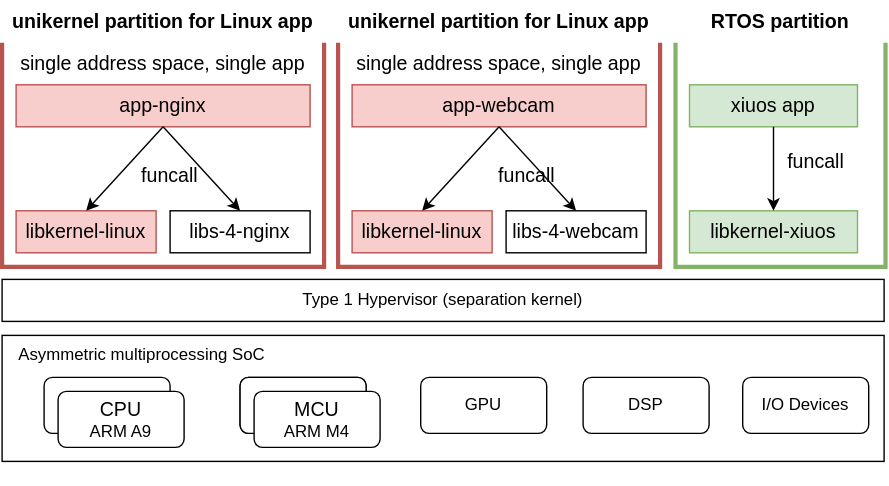
This is docs/_media/overview.svg from syswonder/syswonder-web, a draw.io export, as it was before one commit. Source tidied: cells renumbered, new cells last; positions are measured from the earlier drawing's top-left corner, leaving out a move shared by most shapes.
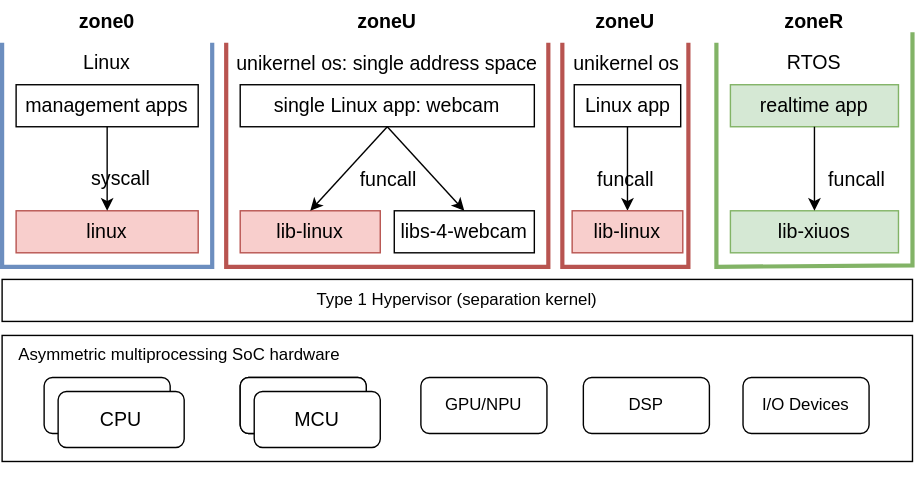
Later version of the same file.

Commit message:
update overview diagram, use zone instead of partition

The edit, as a diff of the source:
```diff
@@ -3,10 +3,10 @@
     <mxCell id="0" />
     <mxCell id="1" parent="0" />
     <mxCell id="2" value="&lt;br&gt;&lt;br&gt;&lt;br&gt;&lt;p style=&quot;text-align: left;&quot;&gt;&lt;br&gt;&lt;/p&gt;&lt;br&gt;&lt;br&gt;&lt;br&gt;" style="rounded=0;whiteSpace=wrap;html=1;" parent="1" vertex="1">
-      <mxGeometry y="239" width="630" height="90" as="geometry" />
+      <mxGeometry y="239" width="650" height="90" as="geometry" />
     </mxCell>
-    <mxCell id="3" value="Asymmetric multiprocessing SoC" style="text;whiteSpace=wrap;html=1;" parent="1" vertex="1">
-      <mxGeometry x="10" y="239" width="210" height="30" as="geometry" />
+    <mxCell id="3" value="Asymmetric multiprocessing SoC hardware" style="text;whiteSpace=wrap;html=1;" parent="1" vertex="1">
+      <mxGeometry x="10" y="239" width="260" height="30" as="geometry" />
     </mxCell>
     <mxCell id="4" style="rounded=1;whiteSpace=wrap;html=1;" parent="1" vertex="1">
       <mxGeometry x="30" y="269" width="90" height="40" as="geometry" />
@@ -17,13 +17,13 @@
     <mxCell id="6" style="rounded=1;whiteSpace=wrap;html=1;" parent="1" vertex="1">
       <mxGeometry x="170" y="269" width="90" height="40" as="geometry" />
     </mxCell>
-    <mxCell id="7" value="&lt;font style=&quot;font-size: 14px;&quot;&gt;MCU&lt;br&gt;&lt;/font&gt;ARM M4" style="rounded=1;whiteSpace=wrap;html=1;" parent="1" vertex="1">
+    <mxCell id="7" value="&lt;font style=&quot;font-size: 14px;&quot;&gt;MCU&lt;/font&gt;" style="rounded=1;whiteSpace=wrap;html=1;" parent="1" vertex="1">
       <mxGeometry x="180" y="279" width="90" height="40" as="geometry" />
     </mxCell>
-    <mxCell id="8" value="&lt;font style=&quot;font-size: 14px;&quot;&gt;CPU&lt;br&gt;&lt;/font&gt;ARM A9" style="rounded=1;whiteSpace=wrap;html=1;" parent="1" vertex="1">
+    <mxCell id="8" value="&lt;font style=&quot;font-size: 14px;&quot;&gt;CPU&lt;/font&gt;" style="rounded=1;whiteSpace=wrap;html=1;" parent="1" vertex="1">
       <mxGeometry x="40" y="279" width="90" height="40" as="geometry" />
     </mxCell>
-    <mxCell id="9" value="GPU" style="rounded=1;whiteSpace=wrap;html=1;" parent="1" vertex="1">
+    <mxCell id="9" value="GPU/NPU" style="rounded=1;whiteSpace=wrap;html=1;" parent="1" vertex="1">
       <mxGeometry x="299" y="269" width="90" height="40" as="geometry" />
     </mxCell>
     <mxCell id="10" value="DSP" style="rounded=1;whiteSpace=wrap;html=1;" parent="1" vertex="1">
@@ -33,59 +33,50 @@
       <mxGeometry x="529" y="269" width="90" height="40" as="geometry" />
     </mxCell>
     <mxCell id="12" value="Type 1 Hypervisor (separation kernel)" style="rounded=0;whiteSpace=wrap;html=1;" parent="1" vertex="1">
-      <mxGeometry y="199" width="630" height="30" as="geometry" />
+      <mxGeometry y="199" width="650" height="30" as="geometry" />
     </mxCell>
-    <mxCell id="13" style="endArrow=none;html=1;rounded=0;fontSize=14;strokeWidth=3;fillColor=#f8cecc;strokeColor=#b85450;" parent="1" edge="1">
+    <mxCell id="13" style="endArrow=none;html=1;rounded=0;fontSize=14;strokeWidth=3;fillColor=#dae8fc;strokeColor=#6c8ebf;entryX=1;entryY=1;entryDx=0;entryDy=0;" parent="1" edge="1" target="21">
       <mxGeometry relative="1" as="geometry">
         <mxPoint y="30" as="sourcePoint" />
-        <mxPoint x="230" y="30" as="targetPoint" />
         <Array as="points">
           <mxPoint y="190" />
-          <mxPoint x="230" y="190" />
+          <mxPoint x="150" y="190" />
+          <mxPoint x="150" y="109" />
         </Array>
       </mxGeometry>
     </mxCell>
-    <mxCell id="14" value="libkernel-linux" style="rounded=0;whiteSpace=wrap;html=1;fontSize=14;fillColor=#f8cecc;strokeColor=#b85450;" parent="1" vertex="1">
-      <mxGeometry x="10" y="150" width="100" height="30" as="geometry" />
+    <mxCell id="14" value="linux" style="rounded=0;whiteSpace=wrap;html=1;fontSize=14;fillColor=#f8cecc;strokeColor=#b85450;" parent="1" vertex="1">
+      <mxGeometry x="10" y="150" width="130" height="30" as="geometry" />
     </mxCell>
-    <mxCell id="15" value="libs-4-nginx" style="rounded=0;whiteSpace=wrap;html=1;fontSize=14;" parent="1" vertex="1">
-      <mxGeometry x="120" y="150" width="100" height="30" as="geometry" />
-    </mxCell>
-    <mxCell id="16" value="app-nginx" style="rounded=0;whiteSpace=wrap;html=1;fontSize=14;fillColor=#f8cecc;strokeColor=#b85450;" parent="1" vertex="1">
-      <mxGeometry x="10" y="60" width="210" height="30" as="geometry" />
+    <mxCell id="16" value="management apps" style="rounded=0;whiteSpace=wrap;html=1;fontSize=14;" parent="1" vertex="1">
+      <mxGeometry x="10" y="60" width="130" height="30" as="geometry" />
     </mxCell>
     <mxCell id="17" style="endArrow=classic;html=1;rounded=0;strokeWidth=1;fontSize=14;exitX=0.5;exitY=1;exitDx=0;exitDy=0;entryX=0.5;entryY=0;entryDx=0;entryDy=0;" parent="1" edge="1" source="16" target="14">
       <mxGeometry relative="1" as="geometry" />
     </mxCell>
-    <mxCell id="18" style="endArrow=classic;html=1;rounded=0;strokeWidth=1;fontSize=14;exitX=0.5;exitY=1;exitDx=0;exitDy=0;entryX=0.5;entryY=0;entryDx=0;entryDy=0;" parent="1" edge="1" source="16" target="15">
-      <mxGeometry relative="1" as="geometry" />
-    </mxCell>
-    <mxCell id="19" value="funcall" style="text;html=1;strokeColor=none;fillColor=none;align=center;verticalAlign=middle;whiteSpace=wrap;rounded=0;fontSize=14;" parent="1" vertex="1">
-      <mxGeometry x="90" y="110" width="60" height="30" as="geometry" />
+    <mxCell id="19" value="syscall" style="text;html=1;strokeColor=none;fillColor=none;align=center;verticalAlign=middle;whiteSpace=wrap;rounded=0;fontSize=14;" parent="1" vertex="1">
+      <mxGeometry x="55" y="112" width="60" height="30" as="geometry" />
     </mxCell>
-    <mxCell id="20" value="single address space, single app" style="text;html=1;strokeColor=none;fillColor=none;align=center;verticalAlign=middle;whiteSpace=wrap;rounded=0;fontSize=14;" parent="1" vertex="1">
-      <mxGeometry x="10" y="30" width="210" height="30" as="geometry" />
-    </mxCell>
-    <mxCell id="21" value="&lt;b&gt;unikernel partition for Linux app&lt;/b&gt;" style="text;html=1;strokeColor=none;fillColor=none;align=center;verticalAlign=middle;whiteSpace=wrap;rounded=0;fontSize=14;" parent="1" vertex="1">
-      <mxGeometry width="230" height="30" as="geometry" />
+    <mxCell id="21" value="&lt;b&gt;zone0&lt;/b&gt;" style="text;html=1;strokeColor=none;fillColor=none;align=center;verticalAlign=middle;whiteSpace=wrap;rounded=0;fontSize=14;" parent="1" vertex="1">
+      <mxGeometry width="150" height="30" as="geometry" />
     </mxCell>
     <mxCell id="22" style="endArrow=none;html=1;rounded=0;fontSize=14;strokeWidth=3;entryX=1;entryY=1;entryDx=0;entryDy=0;fillColor=#f8cecc;strokeColor=#b85450;" parent="1" edge="1" target="30">
       <mxGeometry relative="1" as="geometry">
-        <mxPoint x="240" y="30" as="sourcePoint" />
+        <mxPoint x="160" y="30" as="sourcePoint" />
         <Array as="points">
-          <mxPoint x="240" y="190" />
-          <mxPoint x="470" y="190" />
+          <mxPoint x="160" y="190" />
+          <mxPoint x="390" y="190" />
         </Array>
       </mxGeometry>
     </mxCell>
-    <mxCell id="23" value="libkernel-linux" style="rounded=0;whiteSpace=wrap;html=1;fontSize=14;fillColor=#f8cecc;strokeColor=#b85450;" parent="1" vertex="1">
-      <mxGeometry x="250" y="150" width="100" height="30" as="geometry" />
+    <mxCell id="23" value="lib-linux" style="rounded=0;whiteSpace=wrap;html=1;fontSize=14;fillColor=#f8cecc;strokeColor=#b85450;" parent="1" vertex="1">
+      <mxGeometry x="170" y="150" width="100" height="30" as="geometry" />
     </mxCell>
     <mxCell id="24" value="libs-4-webcam" style="rounded=0;whiteSpace=wrap;html=1;fontSize=14;" parent="1" vertex="1">
-      <mxGeometry x="360" y="150" width="100" height="30" as="geometry" />
+      <mxGeometry x="280" y="150" width="100" height="30" as="geometry" />
     </mxCell>
-    <mxCell id="25" value="app-webcam" style="rounded=0;whiteSpace=wrap;html=1;fontSize=14;fillColor=#f8cecc;strokeColor=#b85450;" parent="1" vertex="1">
-      <mxGeometry x="250" y="60" width="210" height="30" as="geometry" />
+    <mxCell id="25" value="single Linux app: webcam" style="rounded=0;whiteSpace=wrap;html=1;fontSize=14;" parent="1" vertex="1">
+      <mxGeometry x="170" y="60" width="210" height="30" as="geometry" />
     </mxCell>
     <mxCell id="26" style="endArrow=classic;html=1;rounded=0;strokeWidth=1;fontSize=14;exitX=0.5;exitY=1;exitDx=0;exitDy=0;entryX=0.5;entryY=0;entryDx=0;entryDy=0;" parent="1" edge="1" source="25" target="23">
       <mxGeometry relative="1" as="geometry" />
@@ -94,38 +85,70 @@
       <mxGeometry relative="1" as="geometry" />
     </mxCell>
     <mxCell id="28" value="funcall" style="text;html=1;strokeColor=none;fillColor=none;align=center;verticalAlign=middle;whiteSpace=wrap;rounded=0;fontSize=14;" parent="1" vertex="1">
-      <mxGeometry x="345" y="110" width="60" height="30" as="geometry" />
+      <mxGeometry x="246" y="113" width="60" height="30" as="geometry" />
     </mxCell>
-    <mxCell id="29" value="single address space, single app" style="text;html=1;strokeColor=none;fillColor=none;align=center;verticalAlign=middle;whiteSpace=wrap;rounded=0;fontSize=14;" parent="1" vertex="1">
-      <mxGeometry x="250" y="30" width="210" height="30" as="geometry" />
+    <mxCell id="29" value="unikernel os: single address space" style="text;html=1;strokeColor=none;fillColor=none;align=center;verticalAlign=middle;whiteSpace=wrap;rounded=0;fontSize=14;" parent="1" vertex="1">
+      <mxGeometry x="160" y="30" width="230" height="30" as="geometry" />
     </mxCell>
-    <mxCell id="30" value="&lt;b&gt;unikernel partition for Linux app&lt;/b&gt;" style="text;html=1;strokeColor=none;fillColor=none;align=center;verticalAlign=middle;whiteSpace=wrap;rounded=0;fontSize=14;" parent="1" vertex="1">
-      <mxGeometry x="240" width="230" height="30" as="geometry" />
+    <mxCell id="30" value="&lt;b&gt;zoneU&lt;/b&gt;" style="text;html=1;strokeColor=none;fillColor=none;align=center;verticalAlign=middle;whiteSpace=wrap;rounded=0;fontSize=14;" parent="1" vertex="1">
+      <mxGeometry x="160" width="230" height="30" as="geometry" />
     </mxCell>
-    <mxCell id="31" style="endArrow=none;html=1;rounded=0;fontSize=14;strokeWidth=3;fillColor=#d5e8d4;strokeColor=#82b366;" parent="1" edge="1">
+    <mxCell id="31" style="endArrow=none;html=1;rounded=0;fontSize=14;strokeWidth=3;fillColor=#d5e8d4;strokeColor=#82b366;entryX=1;entryY=0.75;entryDx=0;entryDy=0;" parent="1" edge="1" target="35">
       <mxGeometry relative="1" as="geometry">
-        <mxPoint x="481" y="30" as="sourcePoint" />
-        <mxPoint x="631" y="30" as="targetPoint" />
+        <mxPoint x="510" y="30" as="sourcePoint" />
         <Array as="points">
-          <mxPoint x="481" y="190" />
-          <mxPoint x="631" y="190" />
+          <mxPoint x="510" y="190" />
+          <mxPoint x="650" y="189" />
         </Array>
       </mxGeometry>
     </mxCell>
-    <mxCell id="32" value="libkernel-xiuos" style="rounded=0;whiteSpace=wrap;html=1;fontSize=14;fillColor=#d5e8d4;strokeColor=#82b366;" parent="1" vertex="1">
-      <mxGeometry x="491" y="150" width="120" height="30" as="geometry" />
+    <mxCell id="32" value="lib-xiuos" style="rounded=0;whiteSpace=wrap;html=1;fontSize=14;fillColor=#d5e8d4;strokeColor=#82b366;" parent="1" vertex="1">
+      <mxGeometry x="520" y="150" width="120" height="30" as="geometry" />
     </mxCell>
-    <mxCell id="33" value="xiuos app" style="rounded=0;whiteSpace=wrap;html=1;fontSize=14;fillColor=#d5e8d4;strokeColor=#82b366;" parent="1" vertex="1">
-      <mxGeometry x="491" y="60" width="120" height="30" as="geometry" />
+    <mxCell id="33" value="realtime app" style="rounded=0;whiteSpace=wrap;html=1;fontSize=14;fillColor=#d5e8d4;strokeColor=#82b366;" parent="1" vertex="1">
+      <mxGeometry x="520" y="60" width="120" height="30" as="geometry" />
     </mxCell>
     <mxCell id="34" style="endArrow=classic;html=1;rounded=0;strokeWidth=1;fontSize=14;exitX=0.5;exitY=1;exitDx=0;exitDy=0;entryX=0.5;entryY=0;entryDx=0;entryDy=0;" parent="1" edge="1" source="33" target="32">
       <mxGeometry relative="1" as="geometry" />
     </mxCell>
-    <mxCell id="35" value="&lt;b&gt;RTOS partition&lt;/b&gt;" style="text;html=1;strokeColor=none;fillColor=none;align=center;verticalAlign=middle;whiteSpace=wrap;rounded=0;fontSize=14;" parent="1" vertex="1">
-      <mxGeometry x="491" width="130" height="30" as="geometry" />
+    <mxCell id="35" value="&lt;b&gt;zoneR&lt;/b&gt;" style="text;html=1;strokeColor=none;fillColor=none;align=center;verticalAlign=middle;whiteSpace=wrap;rounded=0;fontSize=14;" parent="1" vertex="1">
+      <mxGeometry x="510" width="140" height="30" as="geometry" />
     </mxCell>
     <mxCell id="36" value="funcall" style="text;html=1;align=center;verticalAlign=middle;strokeColor=none;fillColor=none;fontSize=14;" parent="1" vertex="1">
-      <mxGeometry x="551" y="100" width="60" height="30" as="geometry" />
+      <mxGeometry x="580" y="113" width="60" height="30" as="geometry" />
     </mxCell>
+    <mxCell id="37" style="endArrow=none;html=1;rounded=0;fontSize=14;strokeWidth=3;entryX=1;entryY=1;entryDx=0;entryDy=0;fillColor=#f8cecc;strokeColor=#b85450;" parent="1" edge="1" target="38">
+      <mxGeometry relative="1" as="geometry">
+        <mxPoint x="400" y="30" as="sourcePoint" />
+        <Array as="points">
+          <mxPoint x="400" y="190" />
+          <mxPoint x="490" y="190" />
+        </Array>
+      </mxGeometry>
+    </mxCell>
+    <mxCell id="38" value="&lt;b&gt;zoneU&lt;/b&gt;" style="text;html=1;strokeColor=none;fillColor=none;align=center;verticalAlign=middle;whiteSpace=wrap;rounded=0;fontSize=14;" parent="1" vertex="1">
+      <mxGeometry x="400" width="90" height="30" as="geometry" />
+    </mxCell>
+    <mxCell id="39" value="unikernel os" style="text;html=1;strokeColor=none;fillColor=none;align=center;verticalAlign=middle;whiteSpace=wrap;rounded=0;fontSize=14;" parent="1" vertex="1">
+      <mxGeometry x="406" y="30" width="80" height="30" as="geometry" />
+    </mxCell>
+    <mxCell id="40" style="edgeStyle=orthogonalEdgeStyle;rounded=0;jettySize=auto;html=1;entryX=0.5;entryY=0;entryDx=0;entryDy=0;" parent="1" edge="1" source="41" target="42">
+      <mxGeometry relative="1" as="geometry" />
+    </mxCell>
+    <mxCell id="41" value="Linux app" style="rounded=0;whiteSpace=wrap;html=1;fontSize=14;" parent="1" vertex="1">
+      <mxGeometry x="408.5" y="60" width="76" height="30" as="geometry" />
+    </mxCell>
+    <mxCell id="42" value="lib-linux" style="rounded=0;whiteSpace=wrap;html=1;fontSize=14;fillColor=#f8cecc;strokeColor=#b85450;" parent="1" vertex="1">
+      <mxGeometry x="407" y="150" width="79" height="30" as="geometry" />
+    </mxCell>
+    <mxCell id="43" value="funcall" style="text;html=1;align=center;verticalAlign=middle;strokeColor=none;fillColor=none;fontSize=14;" parent="1" vertex="1">
+      <mxGeometry x="415" y="113" width="60" height="30" as="geometry" />
+    </mxCell>
+    <mxCell id="44" value="RTOS" style="text;html=1;strokeColor=none;fillColor=none;align=center;verticalAlign=middle;whiteSpace=wrap;rounded=0;fontSize=14;" parent="1" vertex="1">
+      <mxGeometry x="510" y="29" width="140" height="30" as="geometry" />
+    </mxCell>
+    <mxCell id="45" value="Linux" style="text;html=1;strokeColor=none;fillColor=none;align=center;verticalAlign=middle;whiteSpace=wrap;rounded=0;fontSize=14;" parent="1" vertex="1">
+      <mxGeometry x="35" y="29" width="80" height="30" as="geometry" />
+    </mxCell>
   </root>
 </mxGraphModel>
```
